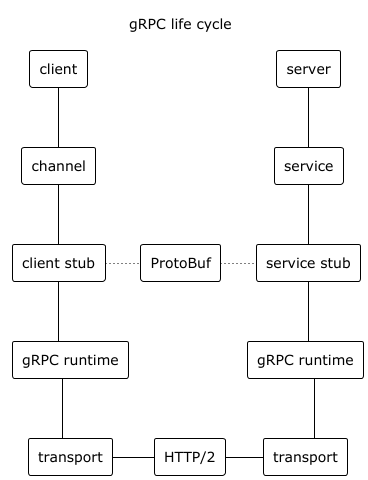
This is images/gRPC_life_cycle.png from c0p4c4b4n4/grpc-grpc-java, a PlantUML export, as it was before one commit.
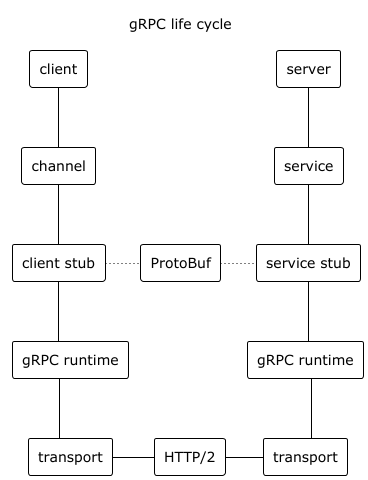
Above is the later version.

The edit, as a diff of the source:
```diff
@@ -25,7 +25,10 @@
 C0 -d- C1
 C1 -d- C2
 C2 -d- C3
+C3 -[hidden]d- C4
 C3 -d- C4
+C3 -[hidden]d- C4
+C3 -[hidden]d- C4
 C3 -[hidden]d- C4
 C3 -[hidden]d- C4
 C3 -[hidden]d- C4
@@ -33,7 +36,9 @@
 S0 -d- S1
 S1 -d- S2
 S2 -d- S3
+S3 -[hidden]d- S4
 S3 -d- S4
+S3 -[hidden]d- S4
 S3 -[hidden]d- S4
 S3 -[hidden]d- S4
 S3 -[hidden]d- S4
```
